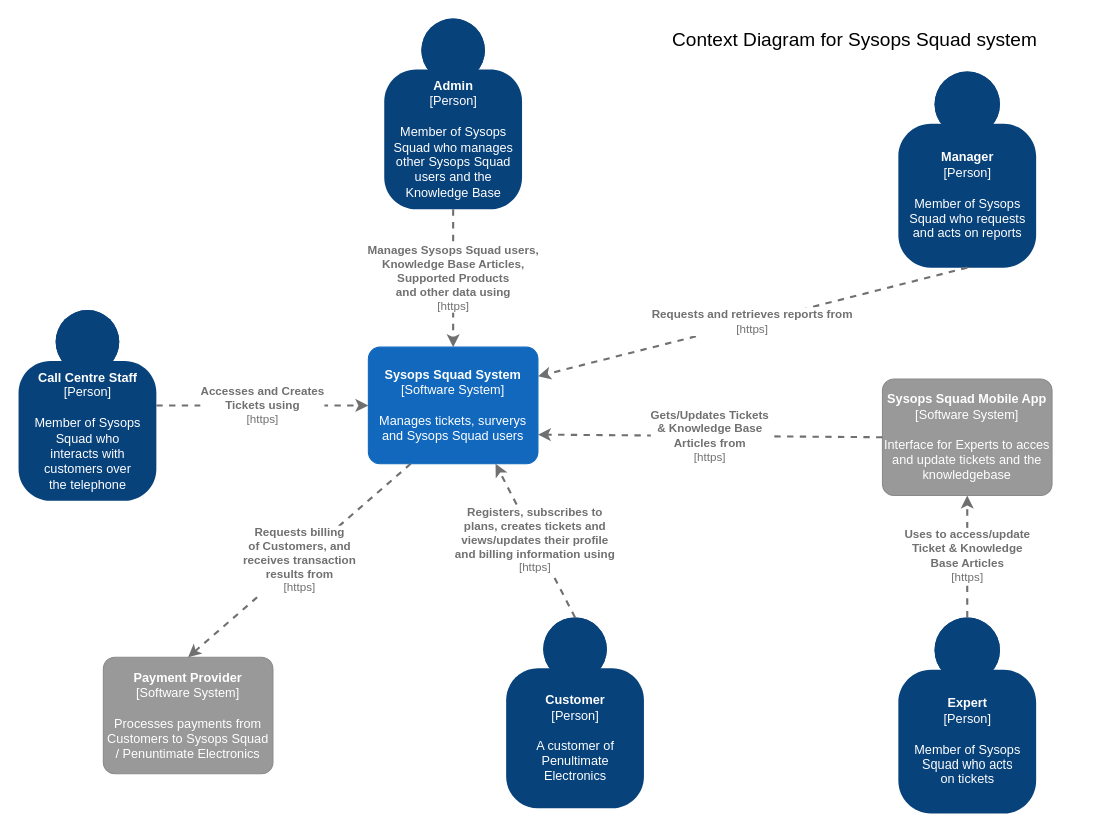
Above: 3.ViewsAndPerspectives/infrastructure/images/ContextDiagram.drawio in tekiegirl/TheMadKatas (draw.io), before the change. Source tidied: cells renumbered, new cells numbered last; positions are measured from the earlier drawing's top-left corner, leaving out a move shared by most shapes. Both pictures are drawn from the tidied source at 106%, with x=0, y=0 at pixel (18, 18).
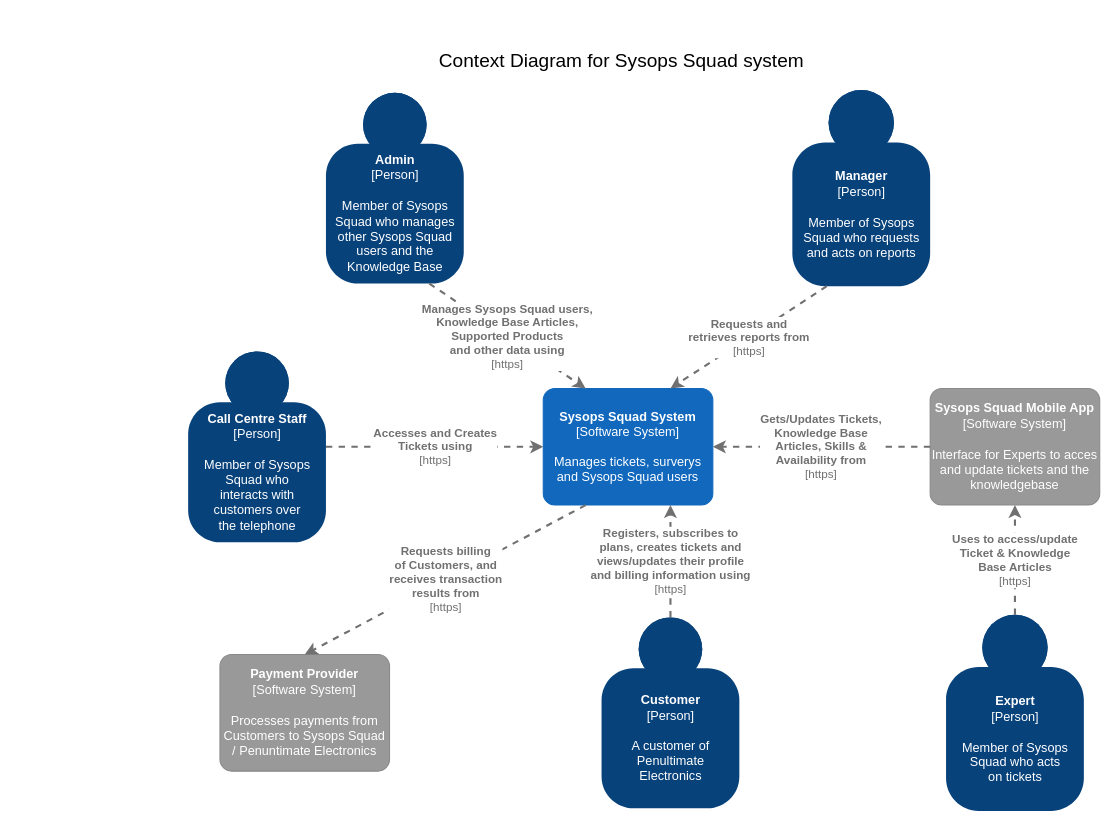
The same page after the edit.

Commit message (it also covers changes not shown here):
Update context diagram

What changed in the source:
```diff
@@
     <object id="2" label="&lt;b&gt;%c4Name%&lt;/b&gt;&lt;div&gt;[%c4Type%]&lt;/div&gt;&lt;br&gt;&lt;div&gt;%c4Description%&lt;/div&gt;" c4Description="A customer of &#10;Penultimate &#10;Electronics" c4Name="Customer" c4Type="Person" placeholders="1">
       <mxCell style="html=1;dashed=0;whitespace=wrap;fillColor=#08427b;strokeColor=none;fontColor=#ffffff;shape=mxgraph.c4.person;align=center;points=[[0.5,0,0],[1,0.5,0],[1,0.75,0],[0.75,1,0],[0.5,1,0],[0.25,1,0],[0,0.75,0],[0,0.5,0]];metaData={&quot;c4Type&quot;:{&quot;editable&quot;:false}};" parent="1" vertex="1">
-        <mxGeometry x="460" y="565" width="130" height="180" as="geometry" />
+        <mxGeometry x="550" y="565" width="130" height="180" as="geometry" />
       </mxCell>
     </object>
     <object id="3" label="&lt;b&gt;%c4Name%&lt;/b&gt;&lt;div&gt;[%c4Type%]&lt;/div&gt;&lt;br&gt;&lt;div&gt;%c4Description%&lt;/div&gt;" c4Description="Manages tickets, surverys and Sysops Squad users" c4Name="Sysops Squad System" c4Type="Software System" placeholders="1">
       <mxCell style="rounded=1;whiteSpace=wrap;html=1;labelBackgroundColor=none;fillColor=#1168BD;fontColor=#ffffff;align=center;arcSize=10;strokeColor=#1168BD;metaData={&quot;c4Type&quot;:{&quot;editable&quot;:false}};points=[[0.25,0,0],[0.5,0,0],[0.75,0,0],[1,0.25,0],[1,0.5,0],[1,0.75,0],[0.75,1,0],[0.5,1,0],[0.25,1,0],[0,0.75,0],[0,0.5,0],[0,0.25,0]];" parent="1" vertex="1">
-        <mxGeometry x="330" y="310" width="160" height="110" as="geometry" />
+        <mxGeometry x="495" y="349" width="160" height="110" as="geometry" />
       </mxCell>
     </object>
     <object id="4" label="&lt;b&gt;%c4Name%&lt;/b&gt;&lt;div&gt;[%c4Type%]&lt;/div&gt;&lt;br&gt;&lt;div&gt;%c4Description%&lt;/div&gt;" c4Description="Interface for Experts to acces and update tickets and the knowledgebase" c4Name="Sysops Squad Mobile App" c4Type="Software System" placeholders="1">
       <mxCell style="rounded=1;whiteSpace=wrap;html=1;labelBackgroundColor=none;fillColor=#999999;fontColor=#ffffff;align=center;arcSize=10;strokeColor=#8A8A8A;metaData={&quot;c4Type&quot;:{&quot;editable&quot;:false}};points=[[0.25,0,0],[0.5,0,0],[0.75,0,0],[1,0.25,0],[1,0.5,0],[1,0.75,0],[0.75,1,0],[0.5,1,0],[0.25,1,0],[0,0.75,0],[0,0.5,0],[0,0.25,0]];" parent="1" vertex="1">
-        <mxGeometry x="815" y="340" width="160" height="110" as="geometry" />
+        <mxGeometry x="860" y="349" width="160" height="110" as="geometry" />
       </mxCell>
     </object>
     <object id="5" label="&lt;b&gt;%c4Name%&lt;/b&gt;&lt;div&gt;[%c4Type%]&lt;/div&gt;&lt;br&gt;&lt;div&gt;%c4Description%&lt;/div&gt;" c4Description="Member of Sysops &#10;Squad who acts &#10;on tickets" c4Name="Expert" c4Type="Person" placeholders="1">
       <mxCell style="html=1;dashed=0;whitespace=wrap;fillColor=#08427b;strokeColor=none;fontColor=#ffffff;shape=mxgraph.c4.person;align=center;points=[[0.5,0,0],[1,0.5,0],[1,0.75,0],[0.75,1,0],[0.5,1,0],[0.25,1,0],[0,0.75,0],[0,0.5,0]];metaData={&quot;c4Type&quot;:{&quot;editable&quot;:false}};" parent="1" vertex="1">
-        <mxGeometry x="830" y="565" width="130" height="185" as="geometry" />
+        <mxGeometry x="875" y="562.5" width="130" height="185" as="geometry" />
       </mxCell>
     </object>
     <object id="6" label="&lt;b&gt;%c4Name%&lt;/b&gt;&lt;div&gt;[%c4Type%]&lt;/div&gt;&lt;br&gt;&lt;div&gt;%c4Description%&lt;/div&gt;" c4Description="Member of Sysops&#10;Squad who &#10;interacts with &#10;customers over &#10;the telephone" c4Name="Call Centre Staff" c4Type="Person" placeholders="1">
       <mxCell style="html=1;dashed=0;whitespace=wrap;fillColor=#08427b;strokeColor=none;fontColor=#ffffff;shape=mxgraph.c4.person;align=center;points=[[0.5,0,0],[1,0.5,0],[1,0.75,0],[0.75,1,0],[0.5,1,0],[0.25,1,0],[0,0.75,0],[0,0.5,0]];metaData={&quot;c4Type&quot;:{&quot;editable&quot;:false}};" parent="1" vertex="1">
-        <mxGeometry y="275" width="130" height="180" as="geometry" />
+        <mxGeometry x="160" y="314" width="130" height="180" as="geometry" />
       </mxCell>
     </object>
     <object id="7" label="&lt;b&gt;%c4Name%&lt;/b&gt;&lt;div&gt;[%c4Type%]&lt;/div&gt;&lt;br&gt;&lt;div&gt;%c4Description%&lt;/div&gt;" c4Description="Member of Sysops &#10;Squad who manages &#10;other Sysops Squad &#10;users and the &#10;Knowledge Base" c4Name="Admin" c4Type="Person" placeholders="1">
       <mxCell style="html=1;dashed=0;whitespace=wrap;fillColor=#08427b;strokeColor=none;fontColor=#ffffff;shape=mxgraph.c4.person;align=center;points=[[0.5,0,0],[1,0.5,0],[1,0.75,0],[0.75,1,0],[0.5,1,0],[0.25,1,0],[0,0.75,0],[0,0.5,0]];metaData={&quot;c4Type&quot;:{&quot;editable&quot;:false}};" parent="1" vertex="1">
-        <mxGeometry x="345" width="130" height="180" as="geometry" />
+        <mxGeometry x="290" y="70" width="130" height="180" as="geometry" />
       </mxCell>
     </object>
@@
-    <object id="9" label="&lt;div style=&quot;text-align: left&quot;&gt;&lt;div style=&quot;text-align: center&quot;&gt;&lt;b&gt;%c4Description%&lt;/b&gt;&lt;/div&gt;&lt;div style=&quot;text-align: center&quot;&gt;[%c4Technology%]&lt;/div&gt;&lt;/div&gt;" c4Description="Gets/Updates Tickets &#10;&amp; Knowledge Base &#10;Articles from" c4Technology="https" placeholders="1">
-      <mxCell style="edgeStyle=none;rounded=0;html=1;entryX=1;entryY=0.75;jettySize=auto;strokeColor=#707070;strokeWidth=2;fontColor=#707070;jumpStyle=none;dashed=1;metaData={&quot;c4Type&quot;:{&quot;editable&quot;:false}};exitX=0;exitY=0.5;exitDx=0;exitDy=0;exitPerimeter=0;entryDx=0;entryDy=0;entryPerimeter=0;" parent="1" edge="1" source="4" target="3">
+    <object id="9" label="&lt;div style=&quot;text-align: left&quot;&gt;&lt;div style=&quot;text-align: center&quot;&gt;&lt;b&gt;%c4Description%&lt;/b&gt;&lt;/div&gt;&lt;div style=&quot;text-align: center&quot;&gt;[%c4Technology%]&lt;/div&gt;&lt;/div&gt;" c4Description="Gets/Updates Tickets, &#10;Knowledge Base &#10;Articles, Skills &amp;&#10;Availability from" c4Technology="https" placeholders="1">
+      <mxCell style="edgeStyle=none;rounded=0;html=1;entryX=1;entryY=0.5;jettySize=auto;strokeColor=#707070;strokeWidth=2;fontColor=#707070;jumpStyle=none;dashed=1;metaData={&quot;c4Type&quot;:{&quot;editable&quot;:false}};exitX=0;exitY=0.5;exitDx=0;exitDy=0;exitPerimeter=0;entryDx=0;entryDy=0;entryPerimeter=0;" parent="1" edge="1" source="4" target="3">
         <mxGeometry relative="1" as="geometry" />
       </mxCell>
     </object>
@@
     <object id="12" label="&lt;div style=&quot;text-align: left&quot;&gt;&lt;div style=&quot;text-align: center&quot;&gt;&lt;b&gt;%c4Description%&lt;/b&gt;&lt;/div&gt;&lt;div style=&quot;text-align: center&quot;&gt;[%c4Technology%]&lt;/div&gt;&lt;/div&gt;" c4Description="Manages Sysops Squad users, &#10;Knowledge Base Articles, &#10;Supported Products &#10;and other data using" c4Technology="https" placeholders="1">
-      <mxCell style="edgeStyle=none;rounded=0;html=1;entryX=0.5;entryY=0;jettySize=auto;strokeColor=#707070;strokeWidth=2;fontColor=#707070;jumpStyle=none;dashed=1;metaData={&quot;c4Type&quot;:{&quot;editable&quot;:false}};exitX=0.5;exitY=1;exitDx=0;exitDy=0;exitPerimeter=0;entryDx=0;entryDy=0;entryPerimeter=0;" parent="1" edge="1" source="7" target="3">
+      <mxCell style="edgeStyle=none;rounded=0;html=1;entryX=0.25;entryY=0;jettySize=auto;strokeColor=#707070;strokeWidth=2;fontColor=#707070;jumpStyle=none;dashed=1;metaData={&quot;c4Type&quot;:{&quot;editable&quot;:false}};exitX=0.75;exitY=1;exitDx=0;exitDy=0;exitPerimeter=0;entryDx=0;entryDy=0;entryPerimeter=0;" parent="1" edge="1" source="7" target="3">
         <mxGeometry relative="1" as="geometry" />
       </mxCell>
     </object>
     <mxCell id="13" value="&lt;font style=&quot;font-size: 18px&quot;&gt;Context Diagram for Sysops Squad system&lt;/font&gt;" style="text;html=1;align=left;verticalAlign=middle;" parent="1" vertex="1">
-      <mxGeometry x="615" y="10" width="360" height="20" as="geometry" />
+      <mxGeometry x="395" y="30" width="360" height="20" as="geometry" />
     </mxCell>
     <object id="14" label="&lt;b&gt;%c4Name%&lt;/b&gt;&lt;div&gt;[%c4Type%]&lt;/div&gt;&lt;br&gt;&lt;div&gt;%c4Description%&lt;/div&gt;" c4Description="Member of Sysops &#10;Squad who requests&#10;and acts on reports" c4Name="Manager" c4Type="Person" placeholders="1">
       <mxCell style="html=1;dashed=0;whitespace=wrap;fillColor=#08427b;strokeColor=none;fontColor=#ffffff;shape=mxgraph.c4.person;align=center;points=[[0.5,0,0],[1,0.5,0],[1,0.75,0],[0.75,1,0],[0.5,1,0],[0.25,1,0],[0,0.75,0],[0,0.5,0]];metaData={&quot;c4Type&quot;:{&quot;editable&quot;:false}};" parent="1" vertex="1">
-        <mxGeometry x="830" y="50" width="130" height="185" as="geometry" />
+        <mxGeometry x="730" y="67.5" width="130" height="185" as="geometry" />
       </mxCell>
     </object>
-    <object id="15" label="&lt;div style=&quot;text-align: left&quot;&gt;&lt;div style=&quot;text-align: center&quot;&gt;&lt;b&gt;%c4Description%&lt;/b&gt;&lt;/div&gt;&lt;div style=&quot;text-align: center&quot;&gt;[%c4Technology%]&lt;/div&gt;&lt;/div&gt;" c4Description="Requests and retrieves reports from" c4Technology="https" placeholders="1">
-      <mxCell style="edgeStyle=none;rounded=0;html=1;jettySize=auto;strokeColor=#707070;strokeWidth=2;fontColor=#707070;jumpStyle=none;dashed=1;metaData={&quot;c4Type&quot;:{&quot;editable&quot;:false}};entryX=1;entryY=0.25;entryDx=0;entryDy=0;entryPerimeter=0;exitX=0.5;exitY=1;exitDx=0;exitDy=0;exitPerimeter=0;" parent="1" edge="1" source="14" target="3">
+    <object id="15" label="&lt;div style=&quot;text-align: left&quot;&gt;&lt;div style=&quot;text-align: center&quot;&gt;&lt;b&gt;%c4Description%&lt;/b&gt;&lt;/div&gt;&lt;div style=&quot;text-align: center&quot;&gt;[%c4Technology%]&lt;/div&gt;&lt;/div&gt;" c4Description="Requests and &#10;retrieves reports from" c4Technology="https" placeholders="1">
+      <mxCell style="edgeStyle=none;rounded=0;html=1;jettySize=auto;strokeColor=#707070;strokeWidth=2;fontColor=#707070;jumpStyle=none;dashed=1;metaData={&quot;c4Type&quot;:{&quot;editable&quot;:false}};entryX=0.75;entryY=0;entryDx=0;entryDy=0;entryPerimeter=0;exitX=0.25;exitY=1;exitDx=0;exitDy=0;exitPerimeter=0;" parent="1" edge="1" source="14" target="3">
         <mxGeometry relative="1" as="geometry" />
       </mxCell>
     </object>
     <object id="16" label="&lt;b&gt;%c4Name%&lt;/b&gt;&lt;div&gt;[%c4Type%]&lt;/div&gt;&lt;br&gt;&lt;div&gt;%c4Description%&lt;/div&gt;" c4Description="Processes payments from Customers to Sysops Squad / Penuntimate Electronics" c4Name="Payment Provider" c4Type="Software System" placeholders="1">
       <mxCell style="rounded=1;whiteSpace=wrap;html=1;labelBackgroundColor=none;fillColor=#999999;fontColor=#ffffff;align=center;arcSize=10;strokeColor=#8A8A8A;metaData={&quot;c4Type&quot;:{&quot;editable&quot;:false}};points=[[0.25,0,0],[0.5,0,0],[0.75,0,0],[1,0.25,0],[1,0.5,0],[1,0.75,0],[0.75,1,0],[0.5,1,0],[0.25,1,0],[0,0.75,0],[0,0.5,0],[0,0.25,0]];" parent="1" vertex="1">
-        <mxGeometry x="80" y="602.5" width="160" height="110" as="geometry" />
+        <mxGeometry x="190" y="600" width="160" height="110" as="geometry" />
       </mxCell>
     </object>
```
